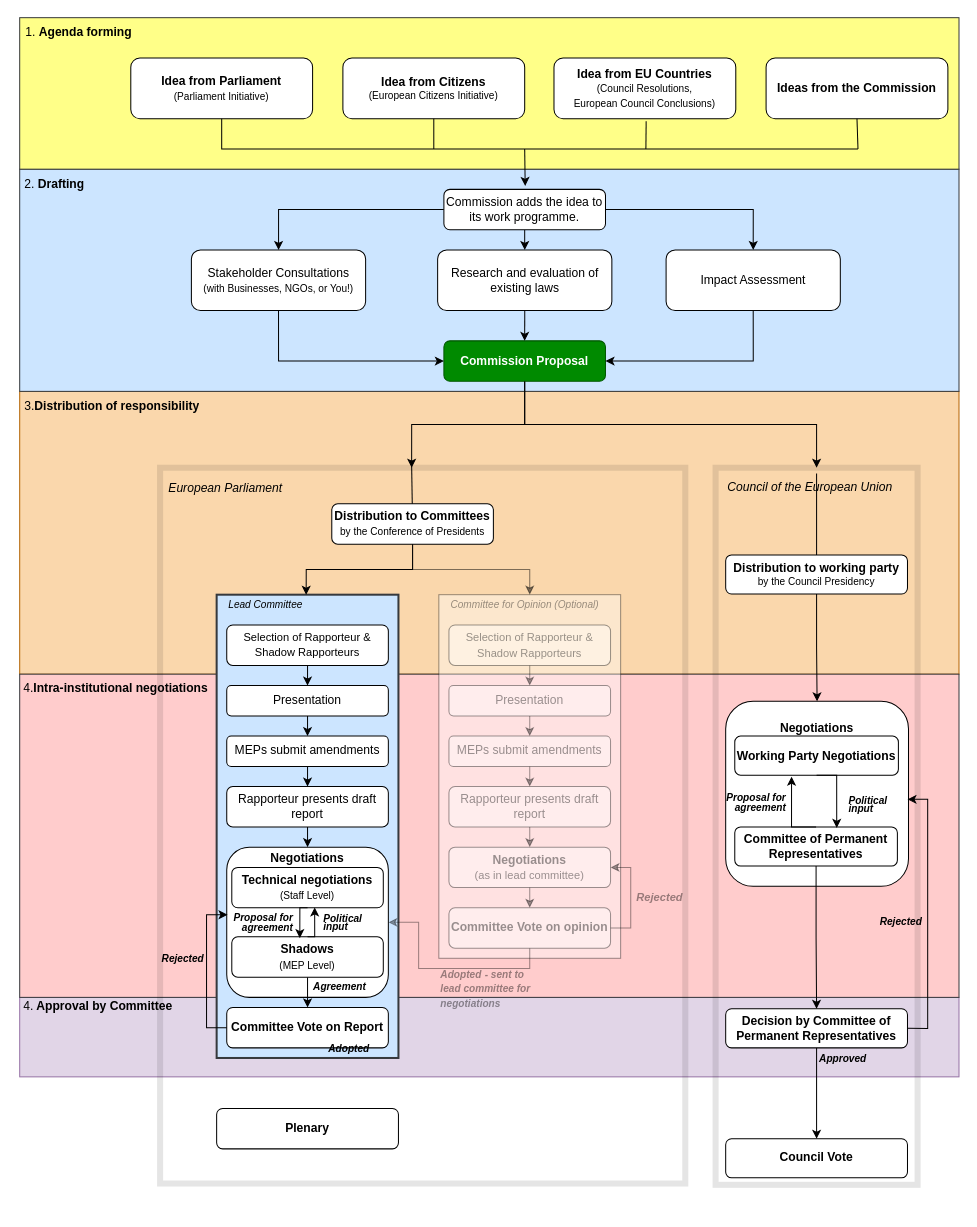
Above: flowcharts/legislative_procedure.drawio in jmaris/unfsckthe.eu (draw.io), before the change. Source tidied: cells renumbered, new cells numbered last; positions are measured from the earlier drawing's top-left corner, leaving out a move shared by most shapes. Both pictures are drawn from the tidied source at 101%, with x=0, y=0 at pixel (17, 17).
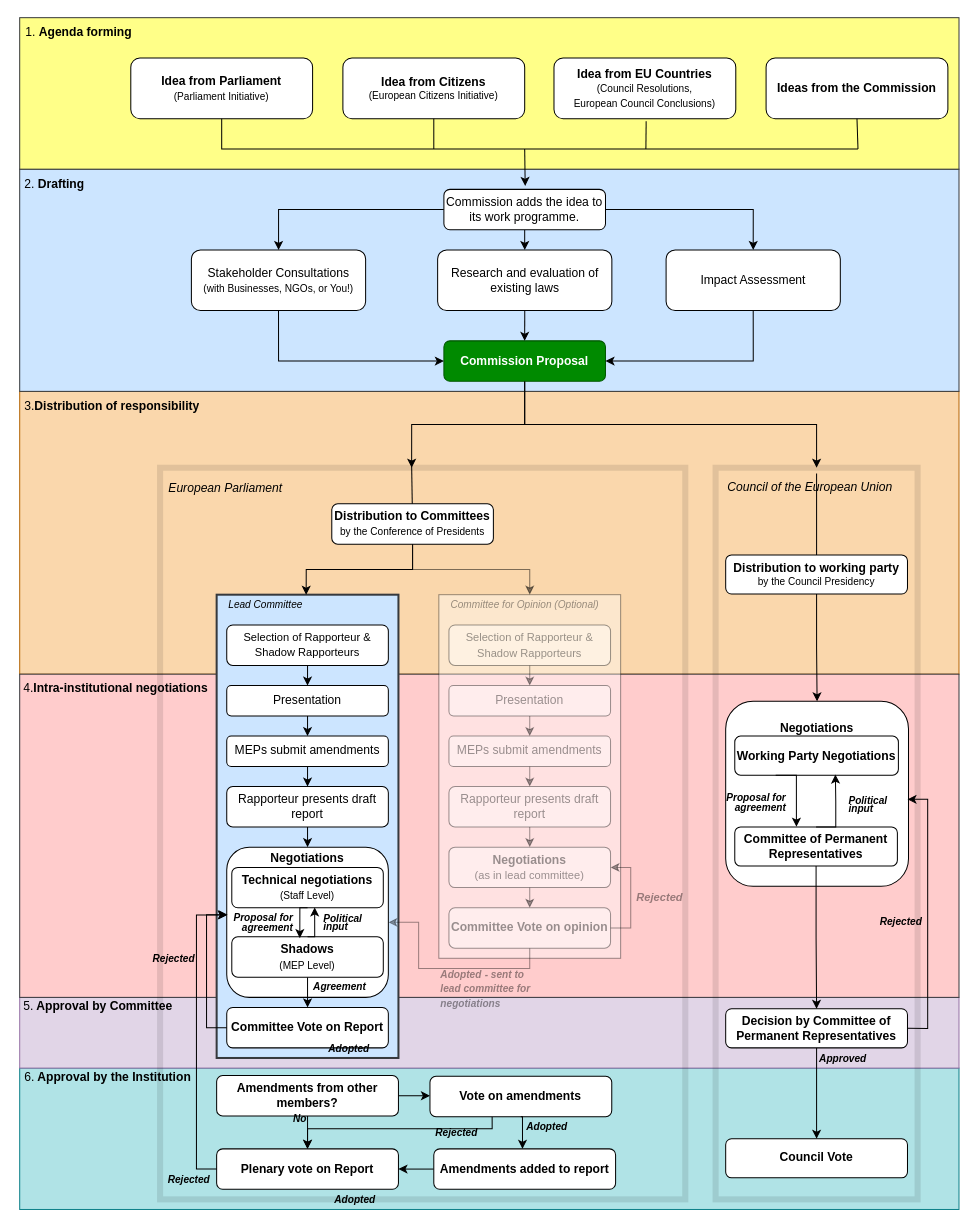
The same diagram, later.

Unchanged cells that the change refers to:
```xml
<mxCell id="49" value="&lt;div&gt;&lt;b&gt;Negotiations&lt;/b&gt;&lt;/div&gt;&lt;div&gt;&lt;b&gt;&lt;br&gt;&lt;/b&gt;&lt;/div&gt;&lt;div&gt;&lt;b&gt;&lt;br&gt;&lt;/b&gt;&lt;/div&gt;&lt;div&gt;&lt;font style=&quot;font-size: 11px;&quot;&gt;&lt;br&gt;&lt;/font&gt;&lt;/div&gt;&lt;div&gt;&lt;font style=&quot;font-size: 11px;&quot;&gt;&lt;br&gt;&lt;/font&gt;&lt;/div&gt;&lt;div&gt;&lt;font style=&quot;font-size: 11px;&quot;&gt;&lt;br&gt;&lt;/font&gt;&lt;/div&gt;&lt;div&gt;&lt;font style=&quot;font-size: 11px;&quot;&gt;&lt;br&gt;&lt;/font&gt;&lt;/div&gt;&lt;div&gt;&lt;font style=&quot;font-size: 11px;&quot;&gt;&lt;br&gt;&lt;/font&gt;&lt;/div&gt;&lt;div&gt;&lt;br&gt;&lt;/div&gt;&lt;div&gt;&lt;br&gt;&lt;/div&gt;" style="rounded=1;whiteSpace=wrap;html=1;" parent="1" vertex="1">
  <mxGeometry x="207" y="821.3" width="160" height="148.7" as="geometry" />
</mxCell>
<mxCell id="76" value="&lt;b&gt;Working Party Negotiations&lt;br&gt;&lt;/b&gt;" style="rounded=1;whiteSpace=wrap;html=1;" parent="1" vertex="1">
  <mxGeometry x="710" y="711.3" width="162" height="38.7" as="geometry" />
</mxCell>
<mxCell id="91" value="&lt;b&gt;Committee of Permanent Representatives&lt;br&gt;&lt;/b&gt;" style="rounded=1;whiteSpace=wrap;html=1;" parent="1" vertex="1">
  <mxGeometry x="710" y="801.3" width="161" height="38.7" as="geometry" />
</mxCell>
```

Diff of the diagram source:
```diff
@@
+    <mxCell id="100" style="rounded=0;whiteSpace=wrap;html=1;fillColor=#b0e3e6;strokeColor=#0e8088;" parent="1" vertex="1">
+      <mxGeometry x="2" y="1040" width="930" height="140" as="geometry" />
+    </mxCell>
@@
     <mxCell id="3" style="rounded=0;whiteSpace=wrap;html=1;fillColor=#e1d5e7;strokeColor=#9673a6;" parent="1" vertex="1">
-      <mxGeometry x="2" y="970" width="930" height="78.7" as="geometry" />
+      <mxGeometry x="2" y="970" width="930" height="70" as="geometry" />
     </mxCell>
@@
     <mxCell id="5" style="rounded=0;whiteSpace=wrap;html=1;fillColor=none;strokeWidth=6;opacity=10;" parent="1" vertex="1">
-      <mxGeometry x="691" y="445.6" width="200" height="710" as="geometry" />
+      <mxGeometry x="691" y="445.6" width="200" height="724.4" as="geometry" />
     </mxCell>
@@
     <mxCell id="12" style="rounded=0;whiteSpace=wrap;html=1;fillColor=none;opacity=10;strokeWidth=6;" parent="1" vertex="1">
-      <mxGeometry x="141" y="445.6" width="520" height="708.7" as="geometry" />
+      <mxGeometry x="141" y="445.6" width="520" height="724.4" as="geometry" />
     </mxCell>
@@
     <mxCell id="68" value="&lt;font size=&quot;1&quot;&gt;&lt;b&gt;&lt;i&gt;Rejected&lt;/i&gt;&lt;/b&gt;&lt;/font&gt;" style="text;html=1;align=left;verticalAlign=middle;whiteSpace=wrap;rounded=0;" parent="1" vertex="1">
-      <mxGeometry x="141" y="921.3" width="50" height="20" as="geometry" />
+      <mxGeometry x="132" y="921.3" width="50" height="20" as="geometry" />
     </mxCell>
@@
-    <mxCell id="96" value="&lt;div&gt;4.&lt;b&gt; Approval by Committee&lt;br&gt;&lt;/b&gt;&lt;/div&gt;" style="text;strokeColor=none;fillColor=none;align=left;verticalAlign=middle;spacingLeft=4;spacingRight=4;overflow=hidden;whiteSpace=wrap;html=1;" parent="1" vertex="1">
+    <mxCell id="96" value="&lt;div&gt;5.&lt;b&gt; Approval by Committee&lt;br&gt;&lt;/b&gt;&lt;/div&gt;" style="text;strokeColor=none;fillColor=none;align=left;verticalAlign=middle;spacingLeft=4;spacingRight=4;overflow=hidden;whiteSpace=wrap;html=1;" parent="1" vertex="1">
       <mxGeometry y="960" width="291" height="38.7" as="geometry" />
     </mxCell>
+    <mxCell id="99" value="&lt;b&gt;Plenary vote on Report&lt;br&gt;&lt;/b&gt;" style="rounded=1;whiteSpace=wrap;html=1;" parent="1" vertex="1">
+      <mxGeometry x="197" y="1120" width="180" height="40" as="geometry" />
+    </mxCell>
+    <mxCell id="101" value="&lt;div&gt;6.&lt;b&gt; Approval by the Institution&lt;br&gt;&lt;/b&gt;&lt;/div&gt;" style="text;strokeColor=none;fillColor=none;align=left;verticalAlign=middle;spacingLeft=4;spacingRight=4;overflow=hidden;whiteSpace=wrap;html=1;" parent="1" vertex="1">
+      <mxGeometry x="1" y="1030" width="291" height="38.7" as="geometry" />
+    </mxCell>
+    <mxCell id="102" style="edgeStyle=orthogonalEdgeStyle;rounded=0;jettySize=auto;html=1;exitX=0.5;exitY=1;exitDx=0;exitDy=0;entryX=0.5;entryY=0;entryDx=0;entryDy=0;" parent="1" edge="1" source="104" target="99">
+      <mxGeometry relative="1" as="geometry" />
+    </mxCell>
+    <mxCell id="103" style="edgeStyle=orthogonalEdgeStyle;rounded=0;jettySize=auto;html=1;exitX=1;exitY=0.5;exitDx=0;exitDy=0;entryX=0;entryY=0.5;entryDx=0;entryDy=0;" parent="1" edge="1" source="104" target="107">
+      <mxGeometry relative="1" as="geometry" />
+    </mxCell>
+    <mxCell id="104" value="&lt;b&gt;Amendments from other members?&lt;br&gt;&lt;/b&gt;" style="rounded=1;whiteSpace=wrap;html=1;" parent="1" vertex="1">
+      <mxGeometry x="197" y="1047.4" width="180" height="40" as="geometry" />
+    </mxCell>
+    <mxCell id="105" value="&lt;font size=&quot;1&quot;&gt;&lt;b&gt;&lt;i&gt;No&lt;/i&gt;&lt;/b&gt;&lt;/font&gt;" style="text;html=1;align=left;verticalAlign=middle;whiteSpace=wrap;rounded=0;" parent="1" vertex="1">
+      <mxGeometry x="271" y="1080" width="50" height="20" as="geometry" />
+    </mxCell>
+    <mxCell id="106" style="edgeStyle=orthogonalEdgeStyle;rounded=0;jettySize=auto;html=1;exitX=0.342;exitY=0.998;exitDx=0;exitDy=0;entryX=0.5;entryY=0;entryDx=0;entryDy=0;exitPerimeter=0;" parent="1" edge="1" source="107" target="99">
+      <mxGeometry relative="1" as="geometry">
+        <Array as="points">
+          <mxPoint x="470" y="1100" />
+          <mxPoint x="287" y="1100" />
+        </Array>
+      </mxGeometry>
+    </mxCell>
+    <mxCell id="107" value="&lt;b&gt;Vote on amendments&lt;br&gt;&lt;/b&gt;" style="rounded=1;whiteSpace=wrap;html=1;" parent="1" vertex="1">
+      <mxGeometry x="408.2" y="1048.1" width="180" height="40" as="geometry" />
+    </mxCell>
+    <mxCell id="108" style="edgeStyle=orthogonalEdgeStyle;rounded=0;jettySize=auto;html=1;exitX=0;exitY=0.5;exitDx=0;exitDy=0;entryX=1;entryY=0.5;entryDx=0;entryDy=0;" parent="1" edge="1" source="109" target="99">
+      <mxGeometry relative="1" as="geometry" />
+    </mxCell>
+    <mxCell id="109" value="&lt;b&gt;Amendments added to report&lt;br&gt;&lt;/b&gt;" style="rounded=1;whiteSpace=wrap;html=1;" parent="1" vertex="1">
+      <mxGeometry x="412" y="1120" width="180" height="40" as="geometry" />
+    </mxCell>
+    <mxCell id="110" style="edgeStyle=orthogonalEdgeStyle;rounded=0;jettySize=auto;html=1;exitX=0.5;exitY=1;exitDx=0;exitDy=0;entryX=0.488;entryY=0;entryDx=0;entryDy=0;entryPerimeter=0;" parent="1" edge="1" source="107" target="109">
+      <mxGeometry relative="1" as="geometry" />
+    </mxCell>
+    <mxCell id="111" value="&lt;font size=&quot;1&quot;&gt;&lt;b&gt;&lt;i&gt;Rejected&lt;/i&gt;&lt;/b&gt;&lt;/font&gt;" style="text;html=1;align=left;verticalAlign=middle;whiteSpace=wrap;rounded=0;" parent="1" vertex="1">
+      <mxGeometry x="412" y="1094" width="50" height="20" as="geometry" />
+    </mxCell>
+    <mxCell id="112" value="&lt;font size=&quot;1&quot;&gt;&lt;b&gt;&lt;i&gt;Adopted&lt;/i&gt;&lt;/b&gt;&lt;/font&gt;" style="text;html=1;align=left;verticalAlign=middle;whiteSpace=wrap;rounded=0;" parent="1" vertex="1">
+      <mxGeometry x="502" y="1088.1" width="50" height="20" as="geometry" />
+    </mxCell>
+    <mxCell id="113" style="edgeStyle=orthogonalEdgeStyle;rounded=0;jettySize=auto;html=1;exitX=0;exitY=0.5;exitDx=0;exitDy=0;entryX=0;entryY=0.451;entryDx=0;entryDy=0;entryPerimeter=0;" parent="1" edge="1" source="99" target="49">
+      <mxGeometry relative="1" as="geometry" />
+    </mxCell>
+    <mxCell id="114" value="&lt;font size=&quot;1&quot;&gt;&lt;b&gt;&lt;i&gt;Rejected&lt;/i&gt;&lt;/b&gt;&lt;/font&gt;" style="text;html=1;align=left;verticalAlign=middle;whiteSpace=wrap;rounded=0;" parent="1" vertex="1">
+      <mxGeometry x="147" y="1140" width="50" height="20" as="geometry" />
+    </mxCell>
+    <mxCell id="115" value="&lt;font size=&quot;1&quot;&gt;&lt;b&gt;&lt;i&gt;Adopted&lt;/i&gt;&lt;/b&gt;&lt;/font&gt;" style="text;html=1;align=left;verticalAlign=middle;whiteSpace=wrap;rounded=0;" parent="1" vertex="1">
+      <mxGeometry x="312" y="1160" width="50" height="20" as="geometry" />
+    </mxCell>
-    <mxCell id="97" style="edgeStyle=orthogonalEdgeStyle;rounded=0;jettySize=auto;html=1;exitX=0.5;exitY=1;exitDx=0;exitDy=0;entryX=0.627;entryY=0.024;entryDx=0;entryDy=0;entryPerimeter=0;" parent="1" edge="1" source="76" target="91">
+    <mxCell id="97" style="edgeStyle=orthogonalEdgeStyle;rounded=0;jettySize=auto;html=1;exitX=0.25;exitY=1;exitDx=0;exitDy=0;entryX=0.379;entryY=-0.007;entryDx=0;entryDy=0;entryPerimeter=0;" parent="1" edge="1" source="76" target="91">
       <mxGeometry relative="1" as="geometry">
         <Array as="points">
-          <mxPoint x="811" y="750" />
+          <mxPoint x="771" y="750" />
         </Array>
       </mxGeometry>
     </mxCell>
-    <mxCell id="98" style="edgeStyle=orthogonalEdgeStyle;rounded=0;jettySize=auto;html=1;exitX=0.5;exitY=0;exitDx=0;exitDy=0;entryX=0.347;entryY=1.039;entryDx=0;entryDy=0;entryPerimeter=0;" parent="1" edge="1" source="91" target="76">
+    <mxCell id="98" style="edgeStyle=orthogonalEdgeStyle;rounded=0;jettySize=auto;html=1;exitX=0.5;exitY=0;exitDx=0;exitDy=0;entryX=0.615;entryY=0.983;entryDx=0;entryDy=0;entryPerimeter=0;" parent="1" edge="1" source="91" target="76">
       <mxGeometry relative="1" as="geometry">
         <Array as="points">
-          <mxPoint x="766" y="801" />
+          <mxPoint x="810" y="801" />
+          <mxPoint x="810" y="776" />
+          <mxPoint x="810" y="776" />
         </Array>
       </mxGeometry>
     </mxCell>
-    <mxCell id="99" value="&lt;b&gt;Plenary&lt;/b&gt;" style="rounded=1;whiteSpace=wrap;html=1;" parent="1" vertex="1">
-      <mxGeometry x="197" y="1080" width="180" height="40" as="geometry" />
-    </mxCell>
```
